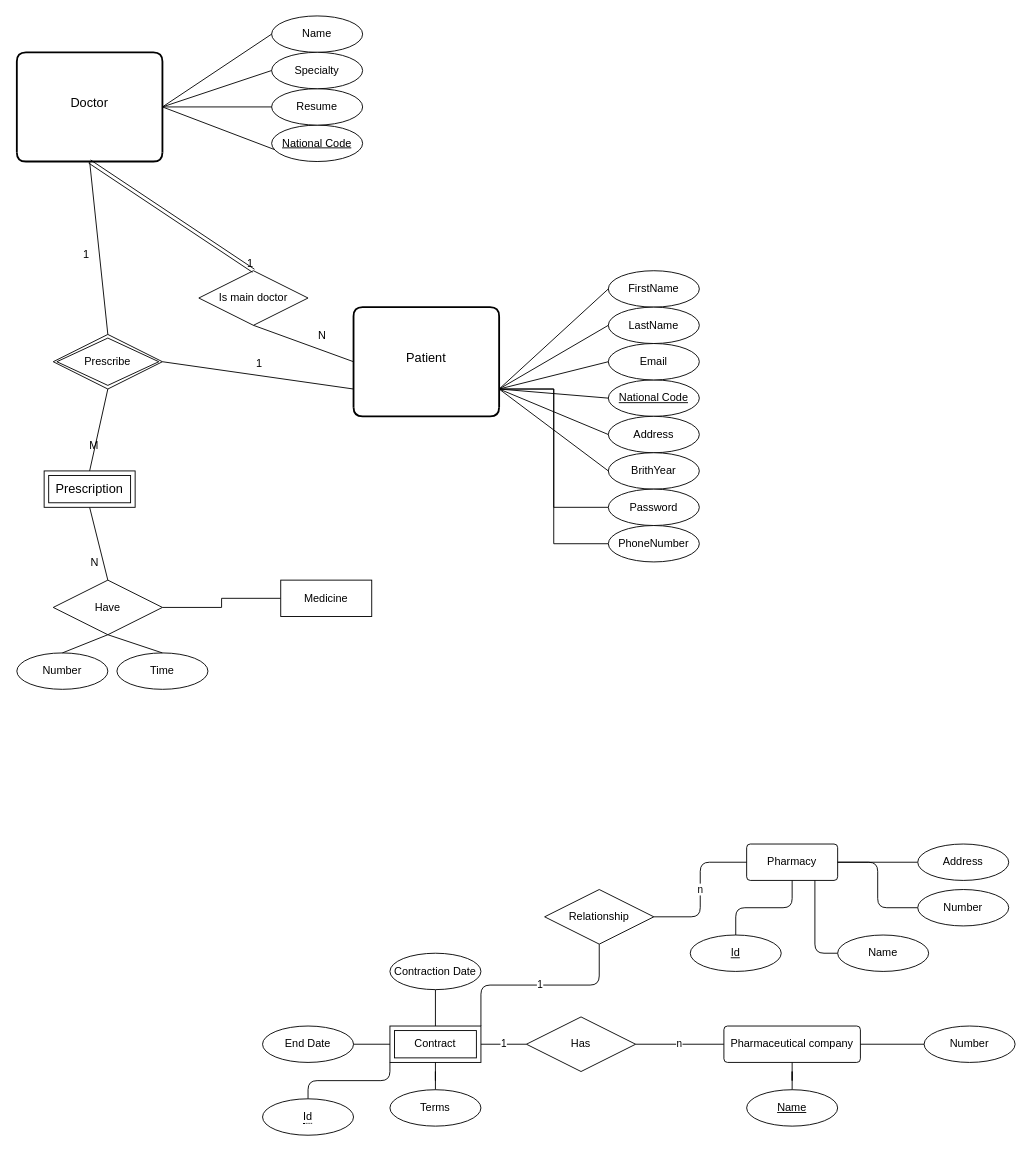
Above: Untitled Diagram.drawio in yasharzb/Health-Management (draw.io), before the change. Source tidied: cells renumbered, new cells numbered last; positions are measured from the earlier drawing's top-left corner, leaving out a move shared by most shapes. Both pictures are drawn from the tidied source at 91%, with x=0, y=0 at pixel (16, 15).
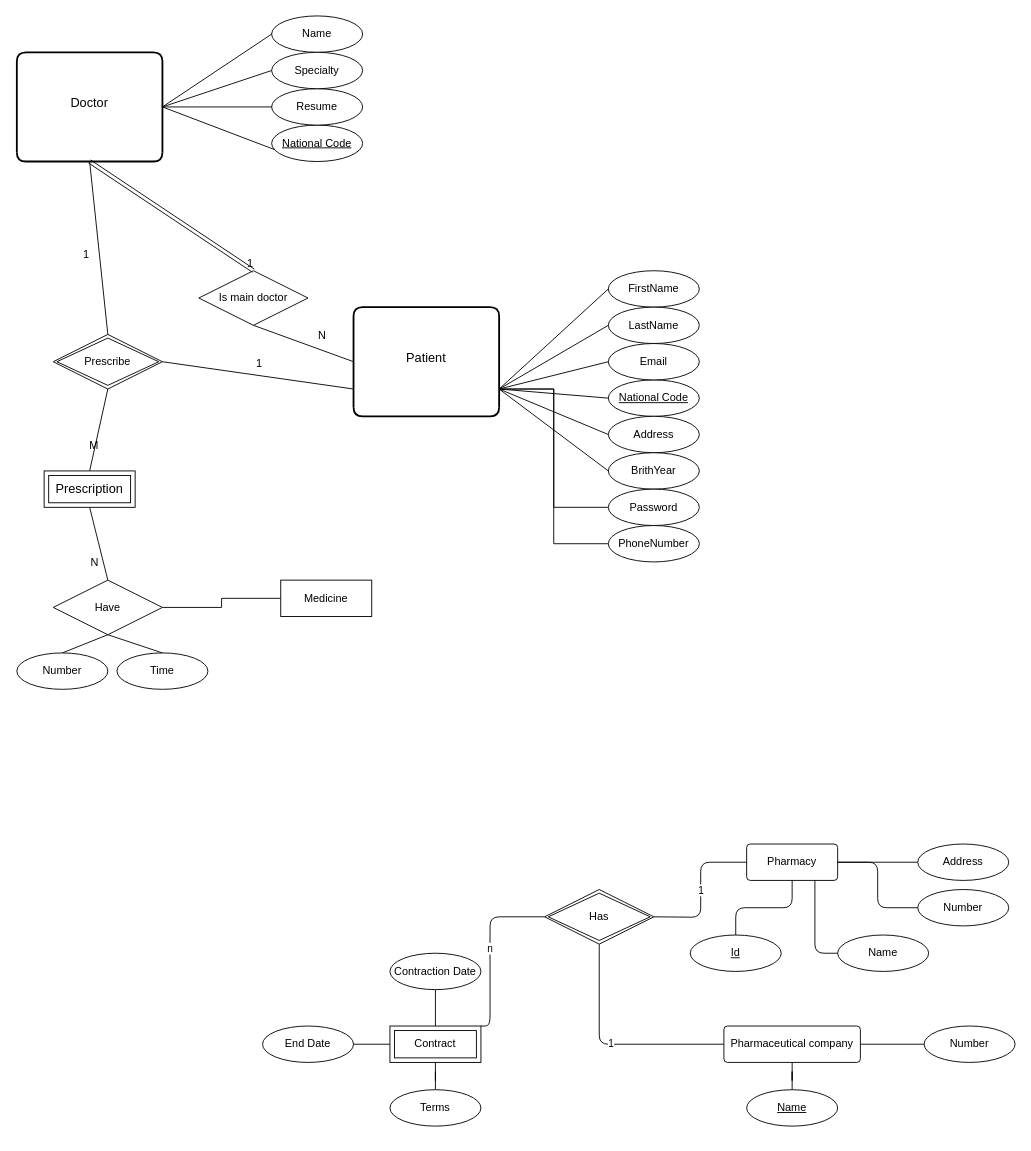
After the change.

Commit message:
Fix some diagram issues

The change refers to these unchanged cells:
```xml
<mxCell id="49" value="Contract" style="shape=ext;margin=3;double=1;whiteSpace=wrap;html=1;align=center;" parent="1" vertex="1">
  <mxGeometry x="410" y="1110" width="100" height="40" as="geometry" />
</mxCell>
<mxCell id="57" value="Pharmaceutical company" style="rounded=1;arcSize=10;whiteSpace=wrap;html=1;align=center;" parent="1" vertex="1">
  <mxGeometry x="777" y="1110" width="150" height="40" as="geometry" />
</mxCell>
<mxCell id="66" value="Pharmacy" style="rounded=1;arcSize=10;whiteSpace=wrap;html=1;align=center;" parent="1" vertex="1">
  <mxGeometry x="802" y="910" width="100" height="40" as="geometry" />
</mxCell>
```

What changed in the source:
```diff
@@
-    <mxCell id="48" value="1" style="edgeStyle=orthogonalEdgeStyle;rounded=1;jettySize=auto;html=1;exitX=1;exitY=0;exitDx=0;exitDy=0;entryX=0.5;entryY=1;entryDx=0;entryDy=0;endArrow=none;endFill=0;strokeColor=#000000;" parent="1" edge="1" source="49" target="68">
-      <mxGeometry relative="1" as="geometry" />
+    <mxCell id="48" value="n" style="edgeStyle=orthogonalEdgeStyle;rounded=1;jettySize=auto;html=1;exitX=1;exitY=0;exitDx=0;exitDy=0;entryX=0;entryY=0.5;entryDx=0;entryDy=0;endArrow=none;endFill=0;strokeColor=#000000;" parent="1" edge="1" source="49" target="63">
+      <mxGeometry relative="1" as="geometry">
+        <Array as="points">
+          <mxPoint x="520" y="1110" />
+          <mxPoint x="520" y="990" />
+        </Array>
+      </mxGeometry>
     </mxCell>
@@
-    <mxCell id="56" value="n" style="edgeStyle=orthogonalEdgeStyle;rounded=0;jettySize=auto;html=1;endArrow=none;endFill=0;" parent="1" edge="1" source="57" target="63">
+    <mxCell id="56" value="1" style="edgeStyle=orthogonalEdgeStyle;rounded=1;jettySize=auto;html=1;endArrow=none;endFill=0;entryX=0.5;entryY=1;entryDx=0;entryDy=0;" parent="1" edge="1" source="57" target="63">
       <mxGeometry relative="1" as="geometry" />
     </mxCell>
@@
-    <mxCell id="62" value="1" style="edgeStyle=orthogonalEdgeStyle;rounded=0;jettySize=auto;html=1;endArrow=none;endFill=0;" parent="1" edge="1" source="63" target="49">
-      <mxGeometry relative="1" as="geometry" />
-    </mxCell>
-    <mxCell id="63" value="Has" style="shape=rhombus;perimeter=rhombusPerimeter;whiteSpace=wrap;html=1;align=center;" parent="1" vertex="1">
-      <mxGeometry x="560" y="1100" width="120" height="60" as="geometry" />
-    </mxCell>
-    <mxCell id="64" style="edgeStyle=orthogonalEdgeStyle;jettySize=auto;html=1;exitX=0.5;exitY=0;exitDx=0;exitDy=0;entryX=0;entryY=1;entryDx=0;entryDy=0;endArrow=none;endFill=0;strokeColor=#000000;rounded=1;" parent="1" edge="1" source="65" target="49">
-      <mxGeometry relative="1" as="geometry" />
-    </mxCell>
-    <mxCell id="65" value="&lt;span style=&quot;border-bottom: 1px dotted&quot;&gt;Id&lt;/span&gt;" style="ellipse;whiteSpace=wrap;html=1;align=center;" parent="1" vertex="1">
-      <mxGeometry x="270" y="1190" width="100" height="40" as="geometry" />
-    </mxCell>
@@
-    <mxCell id="67" value="n" style="edgeStyle=orthogonalEdgeStyle;rounded=1;jettySize=auto;html=1;exitX=1;exitY=0.5;exitDx=0;exitDy=0;entryX=0;entryY=0.5;entryDx=0;entryDy=0;endArrow=none;endFill=0;strokeColor=#000000;" parent="1" edge="1" source="68" target="66">
-      <mxGeometry relative="1" as="geometry" />
+    <mxCell id="67" value="1" style="edgeStyle=orthogonalEdgeStyle;rounded=1;jettySize=auto;html=1;exitX=1;exitY=0.5;exitDx=0;exitDy=0;entryX=0;entryY=0.5;entryDx=0;entryDy=0;endArrow=none;endFill=0;strokeColor=#000000;" parent="1" edge="1" target="66">
+      <mxGeometry relative="1" as="geometry">
+        <mxPoint x="700" y="990" as="sourcePoint" />
+      </mxGeometry>
     </mxCell>
-    <mxCell id="68" value="Relationship" style="shape=rhombus;perimeter=rhombusPerimeter;whiteSpace=wrap;html=1;align=center;" parent="1" vertex="1">
-      <mxGeometry x="580" y="960" width="120" height="60" as="geometry" />
-    </mxCell>
@@
+    <mxCell id="63" value="Has" style="shape=rhombus;double=1;perimeter=rhombusPerimeter;whiteSpace=wrap;html=1;align=center;" parent="1" vertex="1">
+      <mxGeometry x="580" y="960" width="120" height="60" as="geometry" />
+    </mxCell>
```
